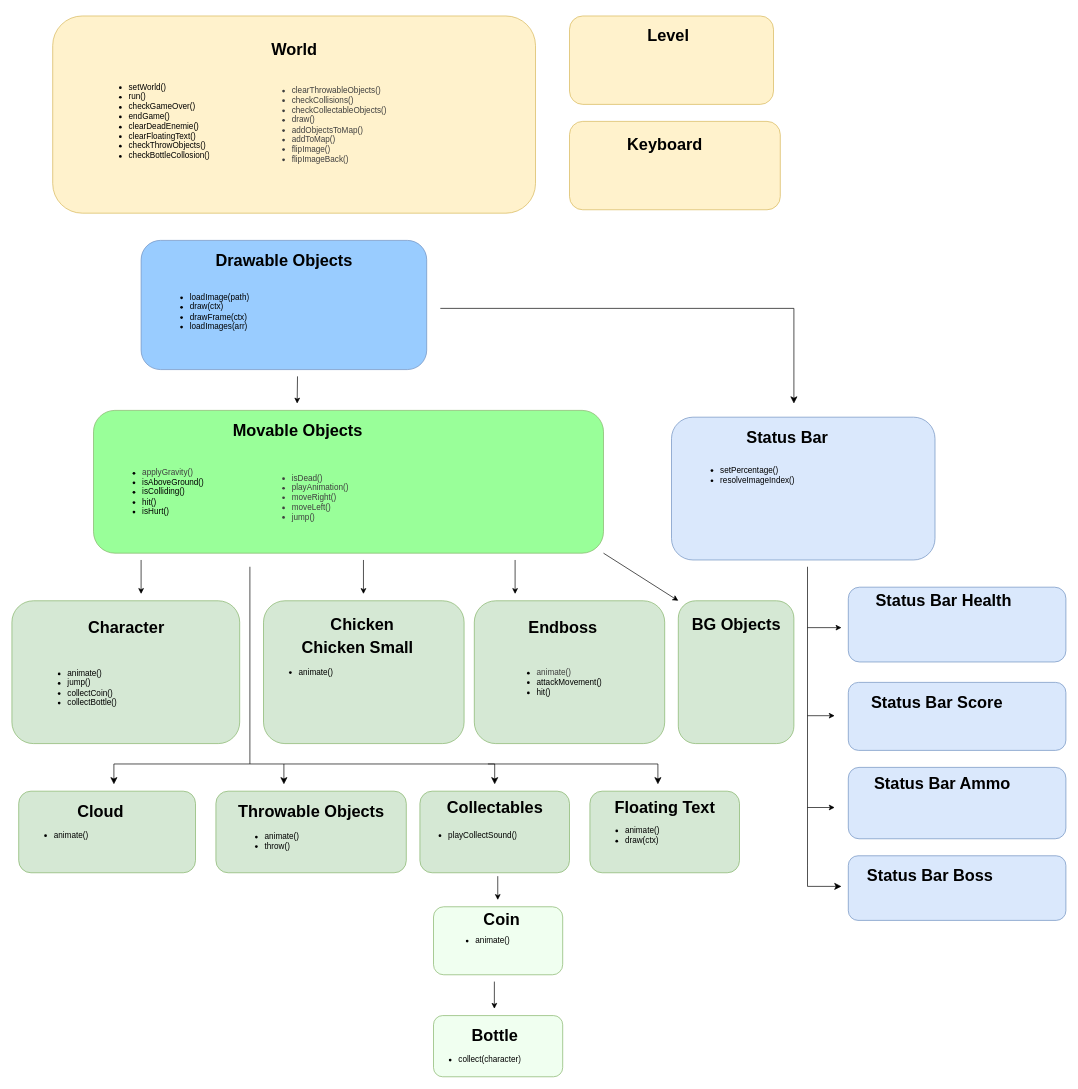
The draw.io diagram docs/class-diagram.drawio in AnneManthey/Pollo-Loco, before the edit. Source tidied: cells renumbered, new cells numbered last; positions are measured from the earlier drawing's top-left corner, leaving out a move shared by most shapes. Both pictures are drawn from the tidied source at 68%, with x=0, y=0 at pixel (12, 16).
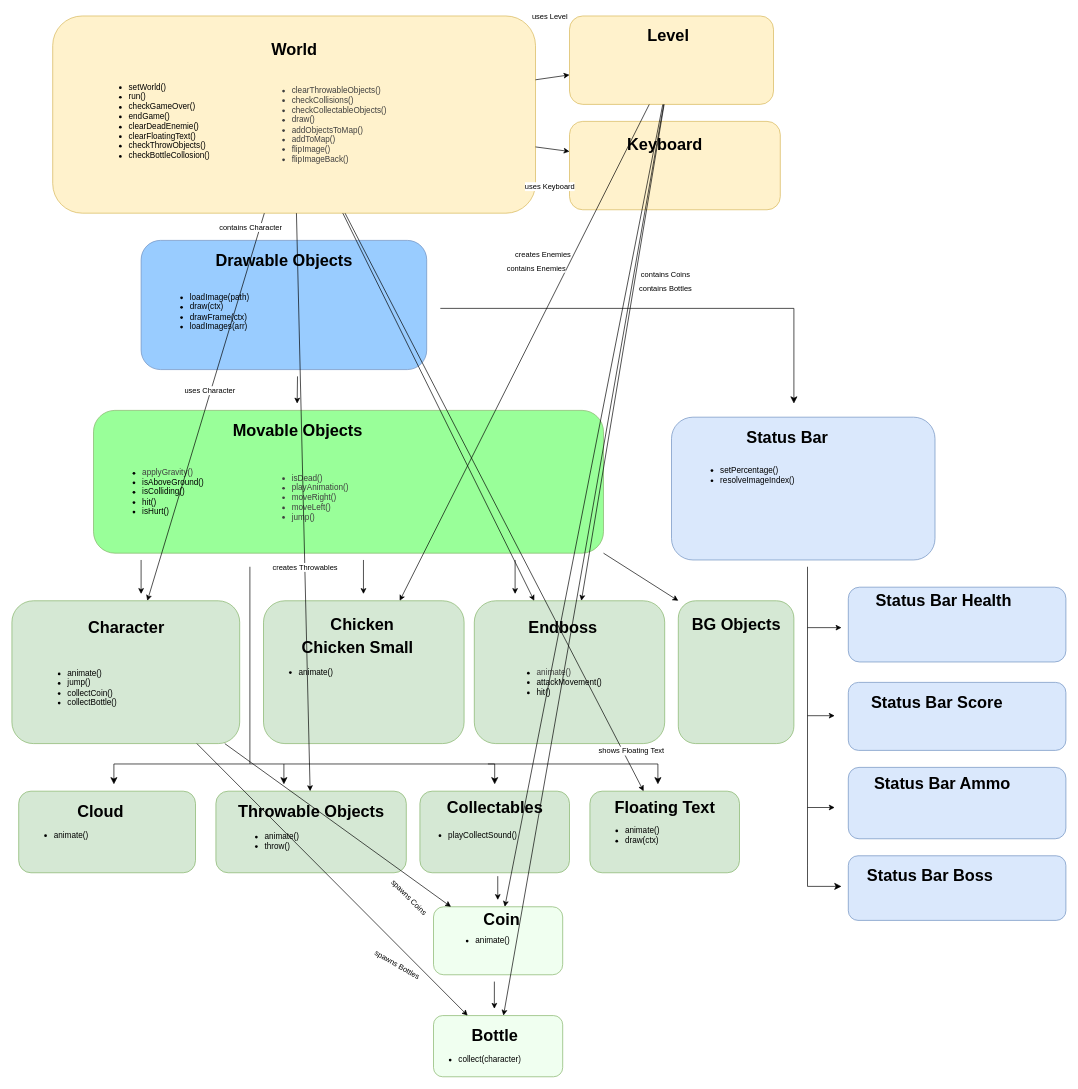
The same page after the edit.

Commit message (it also covers changes not shown here):
docs: update class-diagram

Unchanged cells that the change refers to:
```xml
<mxCell id="2" style="rounded=1;whiteSpace=wrap;html=1;fillColor=#fff2cc;strokeColor=#d6b656;" parent="1" vertex="1">
  <mxGeometry x="60" width="710" height="290" as="geometry" />
</mxCell>
<mxCell id="8" style="rounded=1;whiteSpace=wrap;html=1;fillColor=#d5e8d4;strokeColor=#82b366;" parent="1" vertex="1">
  <mxGeometry y="860" width="335" height="210" as="geometry" />
</mxCell>
<mxCell id="16" style="rounded=1;whiteSpace=wrap;html=1;fillColor=#d5e8d4;strokeColor=#82b366;" parent="1" vertex="1">
  <mxGeometry x="370" y="860" width="295" height="210" as="geometry" />
</mxCell>
<mxCell id="20" style="rounded=1;whiteSpace=wrap;html=1;fillColor=#d5e8d4;strokeColor=#82b366;" parent="1" vertex="1">
  <mxGeometry x="680" y="860" width="280" height="210" as="geometry" />
</mxCell>
<mxCell id="34" style="rounded=1;whiteSpace=wrap;html=1;fillColor=#d5e8d4;strokeColor=#82b366;" parent="1" vertex="1">
  <mxGeometry x="850" y="1140" width="220" height="120" as="geometry" />
</mxCell>
<mxCell id="53" style="rounded=1;whiteSpace=wrap;html=1;fillColor=#d5e8d4;strokeColor=#82b366;" parent="1" vertex="1">
  <mxGeometry x="300" y="1140" width="280" height="120" as="geometry" />
</mxCell>
<mxCell id="56" style="rounded=1;whiteSpace=wrap;html=1;fillColor=#fff2cc;strokeColor=#d6b656;" parent="1" vertex="1">
  <mxGeometry x="820" width="300" height="130" as="geometry" />
</mxCell>
<mxCell id="58" style="rounded=1;whiteSpace=wrap;html=1;fillColor=#fff2cc;strokeColor=#d6b656;" parent="1" vertex="1">
  <mxGeometry x="820" y="155" width="310" height="130" as="geometry" />
</mxCell>
<mxCell id="60" style="rounded=1;whiteSpace=wrap;html=1;fillColor=#F0FFF0;strokeColor=#82b366;" parent="1" vertex="1">
  <mxGeometry x="620" y="1310" width="190" height="100" as="geometry" />
</mxCell>
<mxCell id="61" style="rounded=1;whiteSpace=wrap;html=1;fillColor=#F0FFF0;strokeColor=#82b366;" parent="1" vertex="1">
  <mxGeometry x="620" y="1470" width="190" height="90" as="geometry" />
</mxCell>
```

Change to the diagram source:
```diff
@@
+    <mxCell id="75" style="endArrow=classic;html=1;rounded=0;" parent="1" edge="1" source="2" target="8">
+      <mxGeometry relative="1" as="geometry" />
+    </mxCell>
+    <mxCell id="76" value="uses Character" style="edgeLabel;html=1;align=center;verticalAlign=middle;labelBackgroundColor=#ffffff;" parent="1" vertex="1">
+      <mxGeometry x="290" y="550" as="geometry" />
+    </mxCell>
+    <mxCell id="77" style="endArrow=classic;html=1;rounded=0;" parent="1" edge="1" source="2" target="56">
+      <mxGeometry relative="1" as="geometry" />
+    </mxCell>
+    <mxCell id="78" value="uses Level" style="edgeLabel;html=1;align=center;verticalAlign=middle;labelBackgroundColor=#ffffff;" parent="1" vertex="1">
+      <mxGeometry x="790" as="geometry" />
+    </mxCell>
+    <mxCell id="79" style="endArrow=classic;html=1;rounded=0;" parent="1" edge="1" source="2" target="58">
+      <mxGeometry relative="1" as="geometry" />
+    </mxCell>
+    <mxCell id="80" value="uses Keyboard" style="edgeLabel;html=1;align=center;verticalAlign=middle;labelBackgroundColor=#ffffff;" parent="1" vertex="1">
+      <mxGeometry x="790" y="250" as="geometry" />
+    </mxCell>
+    <mxCell id="81" style="endArrow=classic;html=1;rounded=0;" parent="1" edge="1" source="2" target="20">
+      <mxGeometry relative="1" as="geometry" />
+    </mxCell>
+    <mxCell id="82" value="creates Enemies" style="edgeLabel;html=1;align=center;verticalAlign=middle;labelBackgroundColor=#ffffff;" parent="1" vertex="1">
+      <mxGeometry x="780" y="350" as="geometry" />
+    </mxCell>
+    <mxCell id="83" style="endArrow=classic;html=1;rounded=0;" parent="1" edge="1" source="2" target="53">
+      <mxGeometry relative="1" as="geometry" />
+    </mxCell>
+    <mxCell id="84" value="creates Throwables" style="edgeLabel;html=1;align=center;verticalAlign=middle;labelBackgroundColor=#ffffff;" parent="1" vertex="1">
+      <mxGeometry x="430" y="810" as="geometry" />
+    </mxCell>
+    <mxCell id="85" style="endArrow=classic;html=1;rounded=0;" parent="1" edge="1" source="2" target="34">
+      <mxGeometry relative="1" as="geometry" />
+    </mxCell>
+    <mxCell id="86" value="shows Floating Text" style="edgeLabel;html=1;align=center;verticalAlign=middle;labelBackgroundColor=#ffffff;" parent="1" vertex="1">
+      <mxGeometry x="910" y="1080" as="geometry" />
+    </mxCell>
+    <mxCell id="87" style="endArrow=classic;html=1;rounded=0;" parent="1" edge="1" source="8" target="60">
+      <mxGeometry relative="1" as="geometry" />
+    </mxCell>
+    <mxCell id="88" value="spawns Coins" style="edgeLabel;html=1;align=center;verticalAlign=middle;labelBackgroundColor=#ffffff;rotation=45;" parent="1" vertex="1">
+      <mxGeometry x="565" y="1282.5" as="geometry">
+        <mxPoint x="22.6" y="-4.2" as="offset" />
+      </mxGeometry>
+    </mxCell>
+    <mxCell id="89" style="endArrow=classic;html=1;rounded=0;" parent="1" edge="1" source="8" target="61">
+      <mxGeometry relative="1" as="geometry" />
+    </mxCell>
+    <mxCell id="90" value="spawns Bottles" style="edgeLabel;html=1;align=center;verticalAlign=middle;labelBackgroundColor=#ffffff;rotation=30;" parent="1" vertex="1">
+      <mxGeometry x="415" y="1400" as="geometry">
+        <mxPoint x="128" y="-81" as="offset" />
+      </mxGeometry>
+    </mxCell>
+    <mxCell id="91" style="endArrow=classic;html=1;rounded=0;" parent="1" edge="1" source="56" target="16">
+      <mxGeometry relative="1" as="geometry" />
+    </mxCell>
+    <mxCell id="92" value="contains Character" style="edgeLabel;html=1;align=center;verticalAlign=middle;labelBackgroundColor=#ffffff;" parent="1" vertex="1">
+      <mxGeometry x="350" y="310" as="geometry" />
+    </mxCell>
+    <mxCell id="93" style="endArrow=classic;html=1;rounded=0;" parent="1" edge="1" source="56" target="20">
+      <mxGeometry relative="1" as="geometry" />
+    </mxCell>
+    <mxCell id="94" value="contains Enemies" style="edgeLabel;html=1;align=center;verticalAlign=middle;labelBackgroundColor=#ffffff;" parent="1" vertex="1">
+      <mxGeometry x="770" y="370" as="geometry" />
+    </mxCell>
+    <mxCell id="95" style="endArrow=classic;html=1;rounded=0;" parent="1" edge="1" source="56" target="60">
+      <mxGeometry relative="1" as="geometry" />
+    </mxCell>
+    <mxCell id="96" value="contains Coins" style="edgeLabel;html=1;align=center;verticalAlign=middle;labelBackgroundColor=#ffffff;" parent="1" vertex="1">
+      <mxGeometry x="960" y="380" as="geometry" />
+    </mxCell>
+    <mxCell id="97" style="endArrow=classic;html=1;rounded=0;" parent="1" edge="1" source="56" target="61">
+      <mxGeometry relative="1" as="geometry" />
+    </mxCell>
+    <mxCell id="98" value="contains Bottles" style="edgeLabel;html=1;align=center;verticalAlign=middle;labelBackgroundColor=#ffffff;" parent="1" vertex="1">
+      <mxGeometry x="960" y="400" as="geometry" />
+    </mxCell>
```
